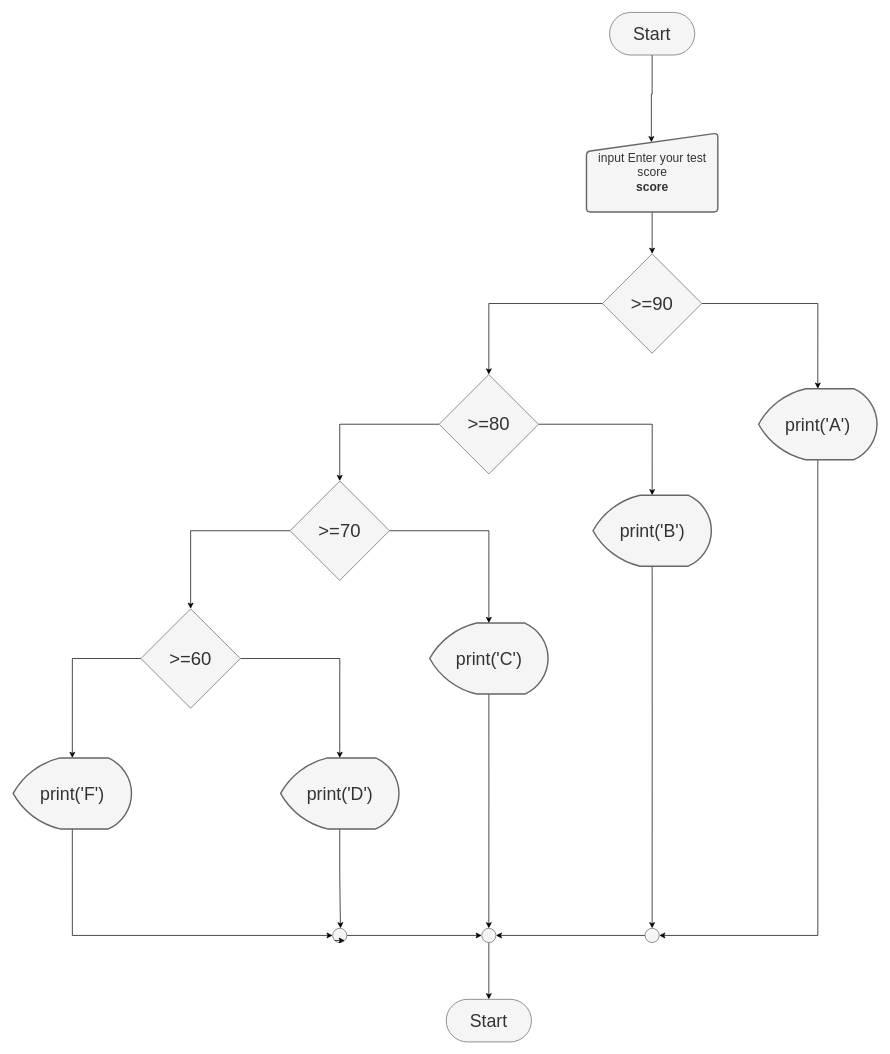
This is L.3/flowwork03.drawio from JakapatJod/INE-PYTHON-64, a draw.io file, before an edit. Source tidied: cells renumbered, new cells numbered last; positions are measured from the earlier drawing's top-left corner, leaving out a move shared by most shapes. Both pictures are drawn from the tidied source at 71%, with x=0, y=0 at pixel (13, 12).
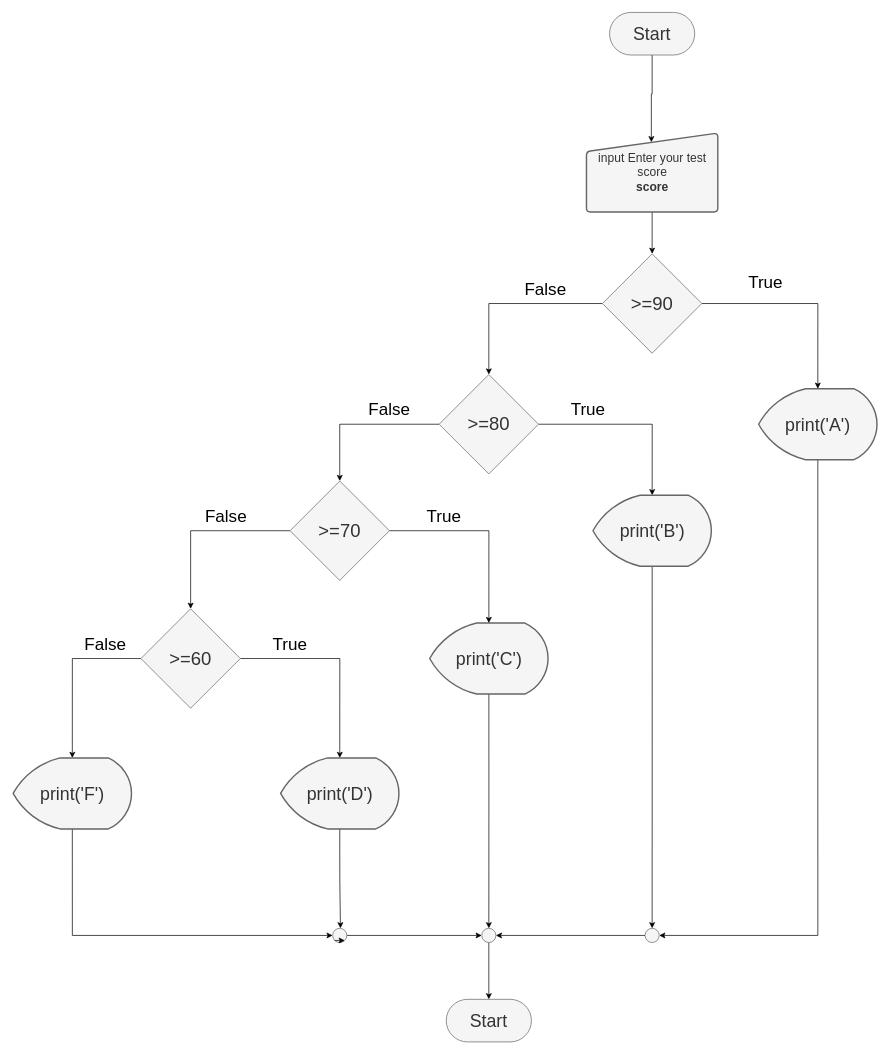
Above is the later version.

The edit, as a diff of the source:
```diff
@@
+    <mxCell id="36" value="&lt;font style=&quot;font-size: 24px&quot;&gt;True&lt;/font&gt;" style="text;html=1;strokeColor=none;fillColor=none;align=center;verticalAlign=middle;whiteSpace=wrap;rounded=0;" parent="1" vertex="1">
+      <mxGeometry x="1040" y="370" width="40" height="20" as="geometry" />
+    </mxCell>
+    <mxCell id="37" value="&lt;font style=&quot;font-size: 24px&quot;&gt;True&lt;/font&gt;" style="text;html=1;strokeColor=none;fillColor=none;align=center;verticalAlign=middle;whiteSpace=wrap;rounded=0;" parent="1" vertex="1">
+      <mxGeometry x="790" y="550" width="40" height="20" as="geometry" />
+    </mxCell>
+    <mxCell id="38" value="&lt;font style=&quot;font-size: 24px&quot;&gt;True&lt;/font&gt;" style="text;html=1;strokeColor=none;fillColor=none;align=center;verticalAlign=middle;whiteSpace=wrap;rounded=0;" parent="1" vertex="1">
+      <mxGeometry x="586.7" y="700" width="40" height="20" as="geometry" />
+    </mxCell>
+    <mxCell id="39" value="&lt;font style=&quot;font-size: 24px&quot;&gt;True&lt;/font&gt;" style="text;html=1;strokeColor=none;fillColor=none;align=center;verticalAlign=middle;whiteSpace=wrap;rounded=0;" parent="1" vertex="1">
+      <mxGeometry x="370" y="880" width="40" height="20" as="geometry" />
+    </mxCell>
+    <mxCell id="40" value="&lt;font style=&quot;font-size: 24px&quot;&gt;False&lt;/font&gt;" style="text;html=1;strokeColor=none;fillColor=none;align=center;verticalAlign=middle;whiteSpace=wrap;rounded=0;" parent="1" vertex="1">
+      <mxGeometry x="510" y="550" width="40" height="20" as="geometry" />
+    </mxCell>
+    <mxCell id="41" value="&lt;font style=&quot;font-size: 24px&quot;&gt;False&lt;/font&gt;" style="text;html=1;strokeColor=none;fillColor=none;align=center;verticalAlign=middle;whiteSpace=wrap;rounded=0;" parent="1" vertex="1">
+      <mxGeometry x="280" y="700" width="40" height="20" as="geometry" />
+    </mxCell>
+    <mxCell id="42" value="&lt;font style=&quot;font-size: 24px&quot;&gt;False&lt;/font&gt;" style="text;html=1;strokeColor=none;fillColor=none;align=center;verticalAlign=middle;whiteSpace=wrap;rounded=0;" parent="1" vertex="1">
+      <mxGeometry x="730" y="380" width="40" height="20" as="geometry" />
+    </mxCell>
+    <mxCell id="43" value="&lt;font style=&quot;font-size: 24px&quot;&gt;False&lt;/font&gt;" style="text;html=1;strokeColor=none;fillColor=none;align=center;verticalAlign=middle;whiteSpace=wrap;rounded=0;" parent="1" vertex="1">
+      <mxGeometry x="110" y="880" width="40" height="20" as="geometry" />
+    </mxCell>
```
